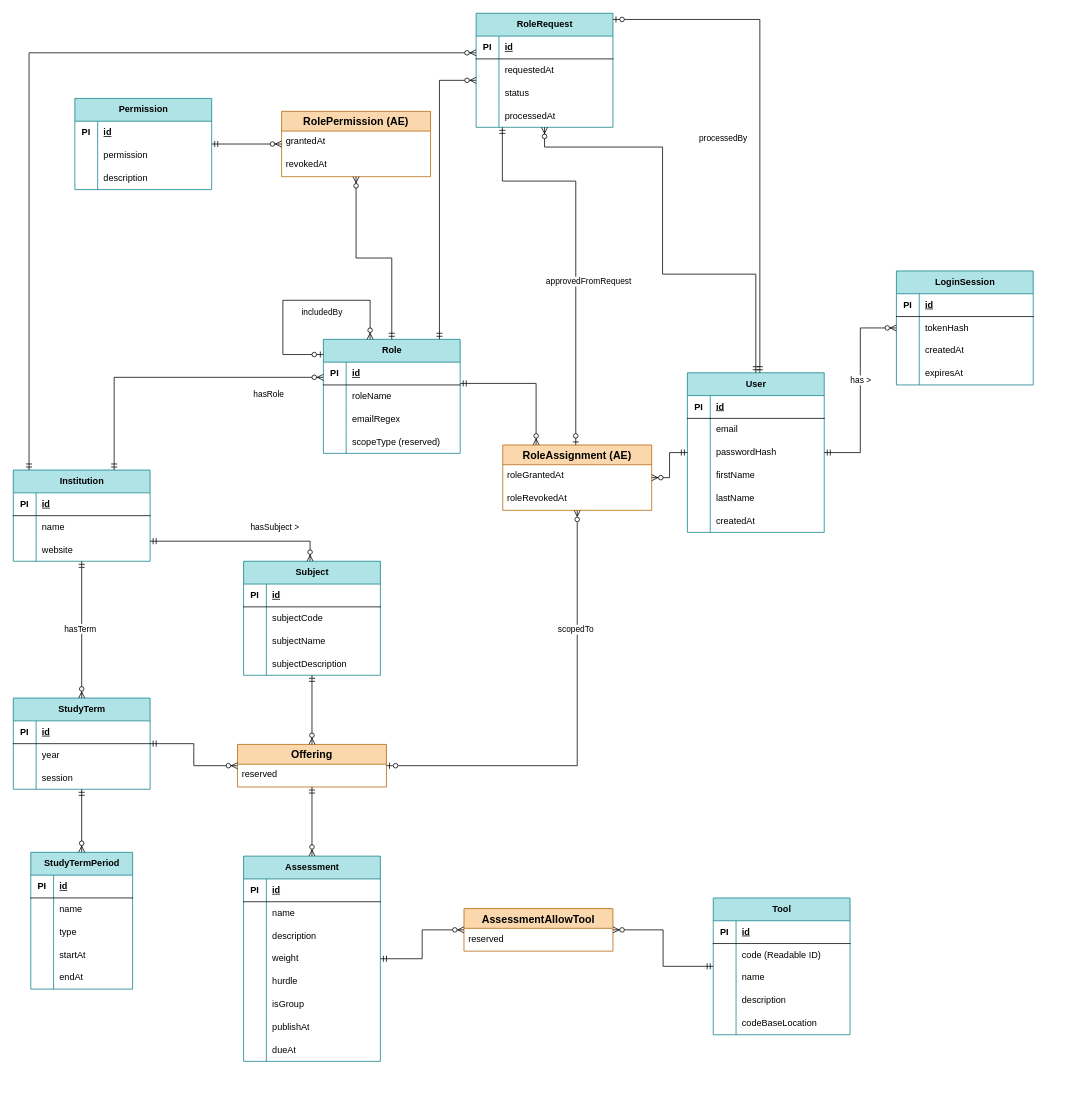
Before: prisma/schema/conceptual-model.drawio in Sandalph0n/ailearn_sustainability_development, a draw.io diagram. Source tidied: cells renumbered, new cells numbered last; positions are measured from the earlier drawing's top-left corner, leaving out a move shared by most shapes. Both pictures are drawn from the tidied source at 76%, with x=0, y=0 at pixel (13, 13).
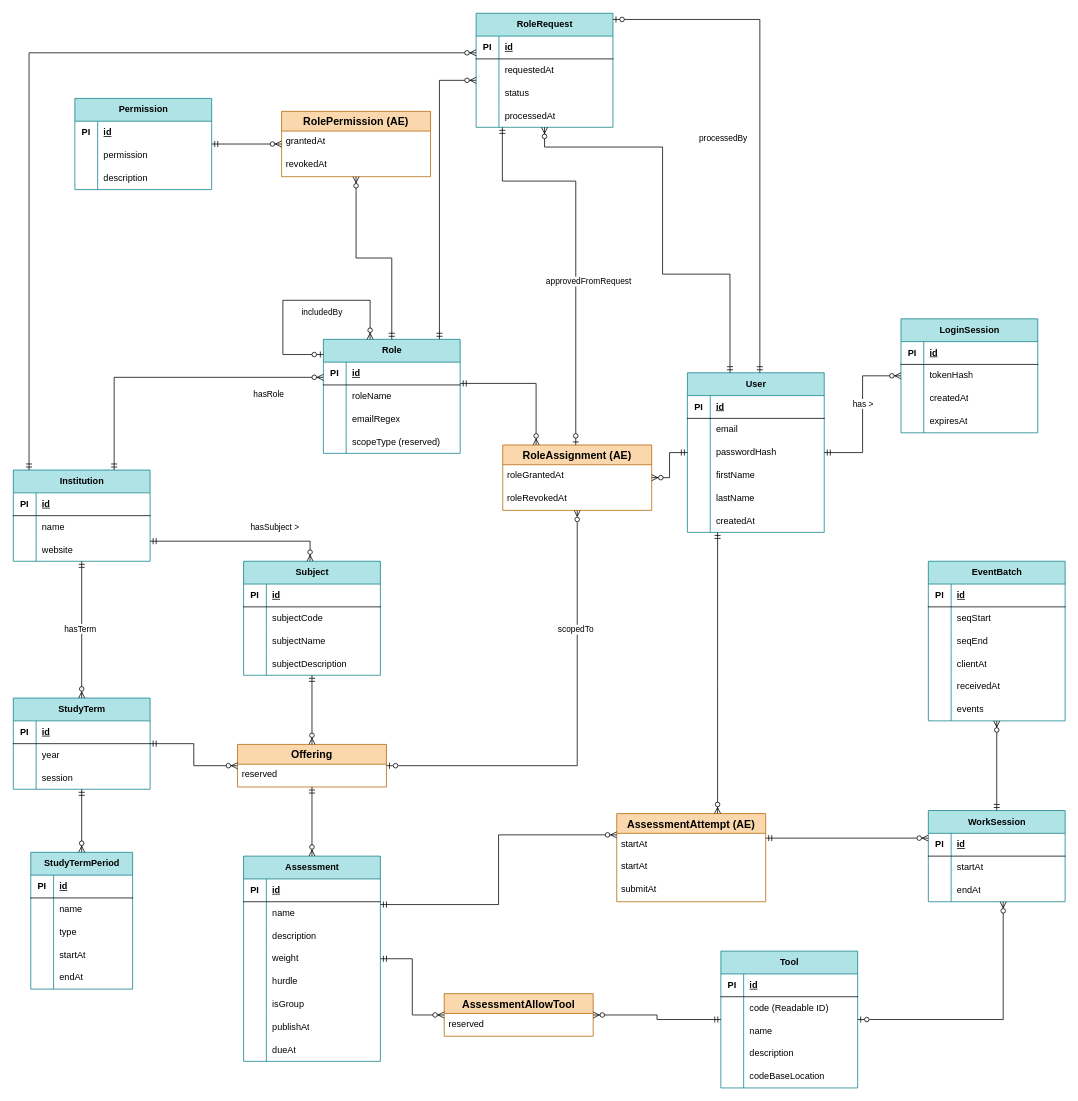
The same diagram, later.

Commit message (it also covers changes not shown here):
cmodel: worksession + eventbatch

The change refers to these unchanged cells:
```xml
<mxCell id="2" value="&lt;span style=&quot;white-space: normal;&quot;&gt;User&lt;/span&gt;" style="shape=table;startSize=30;childLayout=tableLayout;rowLines=0;fontStyle=1;align=center;html=1;fillColor=#b0e3e6;strokeColor=#0e8088;" parent="1" vertex="1">
  <mxGeometry x="887" y="473" width="180" height="210" as="geometry" />
</mxCell>
<mxCell id="50" value="&lt;span style=&quot;white-space: normal;&quot;&gt;RoleRequest&lt;/span&gt;" style="shape=table;startSize=30;childLayout=tableLayout;rowLines=0;fontStyle=1;align=center;html=1;fillColor=#b0e3e6;strokeColor=#0e8088;" parent="1" vertex="1">
  <mxGeometry x="609" width="180" height="150" as="geometry" />
</mxCell>
<mxCell id="153" value="&lt;span style=&quot;text-wrap-mode: wrap;&quot;&gt;Assessment&lt;/span&gt;" style="shape=table;startSize=30;childLayout=tableLayout;rowLines=0;fontStyle=1;align=center;html=1;fillColor=#b0e3e6;strokeColor=#0e8088;" parent="1" vertex="1">
  <mxGeometry x="303" y="1109" width="180" height="270" as="geometry" />
</mxCell>
```

The edit, as a diff of the source:
```diff
@@
     <mxCell id="21" value="&lt;span style=&quot;white-space: normal;&quot;&gt;LoginSession&lt;/span&gt;" style="shape=table;startSize=30;childLayout=tableLayout;rowLines=0;fontStyle=1;align=center;html=1;fillColor=#b0e3e6;strokeColor=#0e8088;" parent="1" vertex="1">
-      <mxGeometry x="1162" y="339" width="180" height="150" as="geometry" />
+      <mxGeometry x="1168" y="402" width="180" height="150" as="geometry" />
     </mxCell>
@@
     <mxCell id="63" style="fontSize=12;html=1;endArrow=ERzeroToMany;startArrow=ERmandOne;rounded=0;startFill=0;edgeStyle=orthogonalEdgeStyle;" parent="1" edge="1" source="2" target="50">
       <mxGeometry relative="1" as="geometry">
         <Array as="points">
+          <mxPoint x="943" y="343.2" />
           <mxPoint x="854.3" y="343.2" />
           <mxPoint x="854.3" y="176" />
+          <mxPoint x="699" y="176" />
         </Array>
       </mxGeometry>
     </mxCell>
@@
     <mxCell id="178" value="&lt;span style=&quot;text-wrap-mode: wrap;&quot;&gt;Tool&lt;/span&gt;" style="shape=table;startSize=30;childLayout=tableLayout;rowLines=0;fontStyle=1;align=center;html=1;fillColor=#b0e3e6;strokeColor=#0e8088;" parent="1" vertex="1">
-      <mxGeometry x="921" y="1164" width="180" height="180" as="geometry" />
+      <mxGeometry x="931" y="1234" width="180" height="180" as="geometry" />
     </mxCell>
@@
     <mxCell id="195" value="AssessmentAllowTool" style="swimlane;fontStyle=1;horizontal=1;startSize=26;align=center;fontSize=14;fillColor=#fad7ac;strokeColor=#b46504;" parent="1" vertex="1">
-      <mxGeometry x="593" y="1178" width="196" height="56" as="geometry" />
+      <mxGeometry x="567" y="1290" width="196" height="56" as="geometry" />
     </mxCell>
@@
+    <mxCell id="199" value="AssessmentAttempt (AE)" style="swimlane;fontStyle=1;horizontal=1;startSize=26;align=center;fontSize=14;fillColor=#fad7ac;strokeColor=#b46504;" parent="1" vertex="1">
+      <mxGeometry x="794" y="1053" width="196" height="116" as="geometry" />
+    </mxCell>
+    <mxCell id="200" value="startAt" style="text;strokeColor=none;fillColor=none;spacingLeft=4;spacingRight=4;overflow=hidden;fontSize=12;whiteSpace=wrap;html=1;" parent="199" vertex="1">
+      <mxGeometry y="26" width="196" height="30" as="geometry" />
+    </mxCell>
+    <mxCell id="201" value="startAt" style="text;strokeColor=none;fillColor=none;spacingLeft=4;spacingRight=4;overflow=hidden;fontSize=12;whiteSpace=wrap;html=1;" parent="199" vertex="1">
+      <mxGeometry y="56" width="196" height="30" as="geometry" />
+    </mxCell>
+    <mxCell id="202" value="submitAt" style="text;strokeColor=none;fillColor=none;spacingLeft=4;spacingRight=4;overflow=hidden;fontSize=12;whiteSpace=wrap;html=1;" parent="199" vertex="1">
+      <mxGeometry y="86" width="196" height="30" as="geometry" />
+    </mxCell>
+    <mxCell id="203" style="fontSize=12;html=1;endArrow=ERzeroToMany;startArrow=ERmandOne;rounded=0;edgeStyle=orthogonalEdgeStyle;startFill=0;" parent="1" edge="1" source="153" target="199">
+      <mxGeometry relative="1" as="geometry">
+        <Array as="points">
+          <mxPoint x="638.5" y="1172.7" />
+          <mxPoint x="638.5" y="1081" />
+        </Array>
+      </mxGeometry>
+    </mxCell>
+    <mxCell id="204" style="fontSize=12;html=1;endArrow=ERzeroToMany;startArrow=ERmandOne;rounded=0;edgeStyle=orthogonalEdgeStyle;startFill=0;" parent="1" edge="1" source="2" target="199">
+      <mxGeometry relative="1" as="geometry">
+        <Array as="points">
+          <mxPoint x="926.7" y="881.7" />
+          <mxPoint x="926.7" y="881.7" />
+        </Array>
+      </mxGeometry>
+    </mxCell>
+    <mxCell id="205" style="fontSize=12;html=1;endArrow=ERzeroToMany;startArrow=ERmandOne;rounded=0;edgeStyle=orthogonalEdgeStyle;startFill=0;" parent="1" edge="1" source="199" target="206">
+      <mxGeometry relative="1" as="geometry">
+        <Array as="points">
+          <mxPoint x="1197.6" y="1085.3" />
+          <mxPoint x="1197.6" y="1085.3" />
+        </Array>
+      </mxGeometry>
+    </mxCell>
+    <mxCell id="206" value="&lt;span style=&quot;text-wrap-mode: wrap;&quot;&gt;WorkSession&lt;/span&gt;" style="shape=table;startSize=30;childLayout=tableLayout;rowLines=0;fontStyle=1;align=center;html=1;fillColor=#b0e3e6;strokeColor=#0e8088;" parent="1" vertex="1">
+      <mxGeometry x="1204" y="1049" width="180" height="120" as="geometry" />
+    </mxCell>
+    <mxCell id="207" style="shape=tableRow;horizontal=0;startSize=0;swimlaneHead=0;swimlaneBody=0;fillColor=none;top=0;left=0;right=0;bottom=1;" parent="206" vertex="1">
+      <mxGeometry y="30" width="180" height="30" as="geometry" />
+    </mxCell>
+    <mxCell id="208" value="PI" style="shape=partialRectangle;fillColor=none;top=0;left=0;bottom=0;right=0;fontStyle=1;overflow=hidden;whiteSpace=wrap;html=1;" parent="207" vertex="1">
+      <mxGeometry width="30" height="30" as="geometry" />
+    </mxCell>
+    <mxCell id="209" value="id" style="shape=partialRectangle;fillColor=none;top=0;left=0;bottom=0;right=0;align=left;spacingLeft=6;fontStyle=5;overflow=hidden;whiteSpace=wrap;html=1;" parent="207" vertex="1">
+      <mxGeometry x="30" width="150" height="30" as="geometry" />
+    </mxCell>
+    <mxCell id="210" style="shape=tableRow;horizontal=0;startSize=0;swimlaneHead=0;swimlaneBody=0;fillColor=none;top=0;left=0;right=0;bottom=0;" parent="206" vertex="1">
+      <mxGeometry y="60" width="180" height="30" as="geometry" />
+    </mxCell>
+    <mxCell id="211" style="shape=partialRectangle;fillColor=none;top=0;left=0;bottom=0;right=0;overflow=hidden;whiteSpace=wrap;html=1;" parent="210" vertex="1">
+      <mxGeometry width="30" height="30" as="geometry" />
+    </mxCell>
+    <mxCell id="212" value="startAt" style="shape=partialRectangle;fillColor=none;top=0;left=0;bottom=0;right=0;align=left;spacingLeft=6;overflow=hidden;whiteSpace=wrap;html=1;" parent="210" vertex="1">
+      <mxGeometry x="30" width="150" height="30" as="geometry" />
+    </mxCell>
+    <mxCell id="213" style="shape=tableRow;horizontal=0;startSize=0;swimlaneHead=0;swimlaneBody=0;fillColor=none;top=0;left=0;right=0;bottom=0;" parent="206" vertex="1">
+      <mxGeometry y="90" width="180" height="30" as="geometry" />
+    </mxCell>
+    <mxCell id="214" style="shape=partialRectangle;fillColor=none;top=0;left=0;bottom=0;right=0;overflow=hidden;whiteSpace=wrap;html=1;" parent="213" vertex="1">
+      <mxGeometry width="30" height="30" as="geometry" />
+    </mxCell>
+    <mxCell id="215" value="endAt" style="shape=partialRectangle;fillColor=none;top=0;left=0;bottom=0;right=0;align=left;spacingLeft=6;overflow=hidden;whiteSpace=wrap;html=1;" parent="213" vertex="1">
+      <mxGeometry x="30" width="150" height="30" as="geometry" />
+    </mxCell>
+    <mxCell id="216" style="fontSize=12;html=1;endArrow=ERzeroToMany;startArrow=ERzeroToOne;rounded=0;edgeStyle=orthogonalEdgeStyle;startFill=0;" parent="1" edge="1" source="178" target="206">
+      <mxGeometry relative="1" as="geometry">
+        <Array as="points">
+          <mxPoint x="1302.5" y="1324.1" />
+        </Array>
+      </mxGeometry>
+    </mxCell>
+    <mxCell id="217" value="EventBatch" style="shape=table;startSize=30;childLayout=tableLayout;rowLines=0;fontStyle=1;align=center;html=1;fillColor=#b0e3e6;strokeColor=#0e8088;" parent="1" vertex="1">
+      <mxGeometry x="1204" y="721" width="180" height="210" as="geometry" />
+    </mxCell>
+    <mxCell id="218" style="shape=tableRow;horizontal=0;startSize=0;swimlaneHead=0;swimlaneBody=0;fillColor=none;top=0;left=0;right=0;bottom=1;" parent="217" vertex="1">
+      <mxGeometry y="30" width="180" height="30" as="geometry" />
+    </mxCell>
+    <mxCell id="219" value="PI" style="shape=partialRectangle;fillColor=none;top=0;left=0;bottom=0;right=0;fontStyle=1;overflow=hidden;whiteSpace=wrap;html=1;" parent="218" vertex="1">
+      <mxGeometry width="30" height="30" as="geometry" />
+    </mxCell>
+    <mxCell id="220" value="id" style="shape=partialRectangle;fillColor=none;top=0;left=0;bottom=0;right=0;align=left;spacingLeft=6;fontStyle=5;overflow=hidden;whiteSpace=wrap;html=1;" parent="218" vertex="1">
+      <mxGeometry x="30" width="150" height="30" as="geometry" />
+    </mxCell>
+    <mxCell id="221" style="shape=tableRow;horizontal=0;startSize=0;swimlaneHead=0;swimlaneBody=0;fillColor=none;top=0;left=0;right=0;bottom=0;" parent="217" vertex="1">
+      <mxGeometry y="60" width="180" height="30" as="geometry" />
+    </mxCell>
+    <mxCell id="222" style="shape=partialRectangle;fillColor=none;top=0;left=0;bottom=0;right=0;overflow=hidden;whiteSpace=wrap;html=1;" parent="221" vertex="1">
+      <mxGeometry width="30" height="30" as="geometry" />
+    </mxCell>
+    <mxCell id="223" value="seqStart" style="shape=partialRectangle;fillColor=none;top=0;left=0;bottom=0;right=0;align=left;spacingLeft=6;overflow=hidden;whiteSpace=wrap;html=1;" parent="221" vertex="1">
+      <mxGeometry x="30" width="150" height="30" as="geometry" />
+    </mxCell>
+    <mxCell id="224" style="shape=tableRow;horizontal=0;startSize=0;swimlaneHead=0;swimlaneBody=0;fillColor=none;top=0;left=0;right=0;bottom=0;" parent="217" vertex="1">
+      <mxGeometry y="90" width="180" height="30" as="geometry" />
+    </mxCell>
+    <mxCell id="225" style="shape=partialRectangle;fillColor=none;top=0;left=0;bottom=0;right=0;overflow=hidden;whiteSpace=wrap;html=1;" parent="224" vertex="1">
+      <mxGeometry width="30" height="30" as="geometry" />
+    </mxCell>
+    <mxCell id="226" value="seqEnd" style="shape=partialRectangle;fillColor=none;top=0;left=0;bottom=0;right=0;align=left;spacingLeft=6;overflow=hidden;whiteSpace=wrap;html=1;" parent="224" vertex="1">
+      <mxGeometry x="30" width="150" height="30" as="geometry" />
+    </mxCell>
+    <mxCell id="227" style="shape=tableRow;horizontal=0;startSize=0;swimlaneHead=0;swimlaneBody=0;fillColor=none;top=0;left=0;right=0;bottom=0;" parent="217" vertex="1">
+      <mxGeometry y="120" width="180" height="30" as="geometry" />
+    </mxCell>
+    <mxCell id="228" style="shape=partialRectangle;fillColor=none;top=0;left=0;bottom=0;right=0;overflow=hidden;whiteSpace=wrap;html=1;" parent="227" vertex="1">
+      <mxGeometry width="30" height="30" as="geometry" />
+    </mxCell>
+    <mxCell id="229" value="clientAt" style="shape=partialRectangle;fillColor=none;top=0;left=0;bottom=0;right=0;align=left;spacingLeft=6;overflow=hidden;whiteSpace=wrap;html=1;" parent="227" vertex="1">
+      <mxGeometry x="30" width="150" height="30" as="geometry" />
+    </mxCell>
+    <mxCell id="230" style="shape=tableRow;horizontal=0;startSize=0;swimlaneHead=0;swimlaneBody=0;fillColor=none;top=0;left=0;right=0;bottom=0;" parent="217" vertex="1">
+      <mxGeometry y="150" width="180" height="30" as="geometry" />
+    </mxCell>
+    <mxCell id="231" style="shape=partialRectangle;fillColor=none;top=0;left=0;bottom=0;right=0;overflow=hidden;whiteSpace=wrap;html=1;" parent="230" vertex="1">
+      <mxGeometry width="30" height="30" as="geometry" />
+    </mxCell>
+    <mxCell id="232" value="receivedAt&amp;nbsp;&amp;nbsp;" style="shape=partialRectangle;fillColor=none;top=0;left=0;bottom=0;right=0;align=left;spacingLeft=6;overflow=hidden;whiteSpace=wrap;html=1;" parent="230" vertex="1">
+      <mxGeometry x="30" width="150" height="30" as="geometry" />
+    </mxCell>
+    <mxCell id="233" style="shape=tableRow;horizontal=0;startSize=0;swimlaneHead=0;swimlaneBody=0;fillColor=none;top=0;left=0;right=0;bottom=0;" parent="217" vertex="1">
+      <mxGeometry y="180" width="180" height="30" as="geometry" />
+    </mxCell>
+    <mxCell id="234" style="shape=partialRectangle;fillColor=none;top=0;left=0;bottom=0;right=0;overflow=hidden;whiteSpace=wrap;html=1;" parent="233" vertex="1">
+      <mxGeometry width="30" height="30" as="geometry" />
+    </mxCell>
+    <mxCell id="235" value="events" style="shape=partialRectangle;fillColor=none;top=0;left=0;bottom=0;right=0;align=left;spacingLeft=6;overflow=hidden;whiteSpace=wrap;html=1;" parent="233" vertex="1">
+      <mxGeometry x="30" width="150" height="30" as="geometry" />
+    </mxCell>
+    <mxCell id="236" style="fontSize=12;html=1;endArrow=ERzeroToMany;startArrow=ERmandOne;rounded=0;edgeStyle=orthogonalEdgeStyle;startFill=0;" parent="1" edge="1" source="206" target="217">
+      <mxGeometry relative="1" as="geometry" />
+    </mxCell>
```
